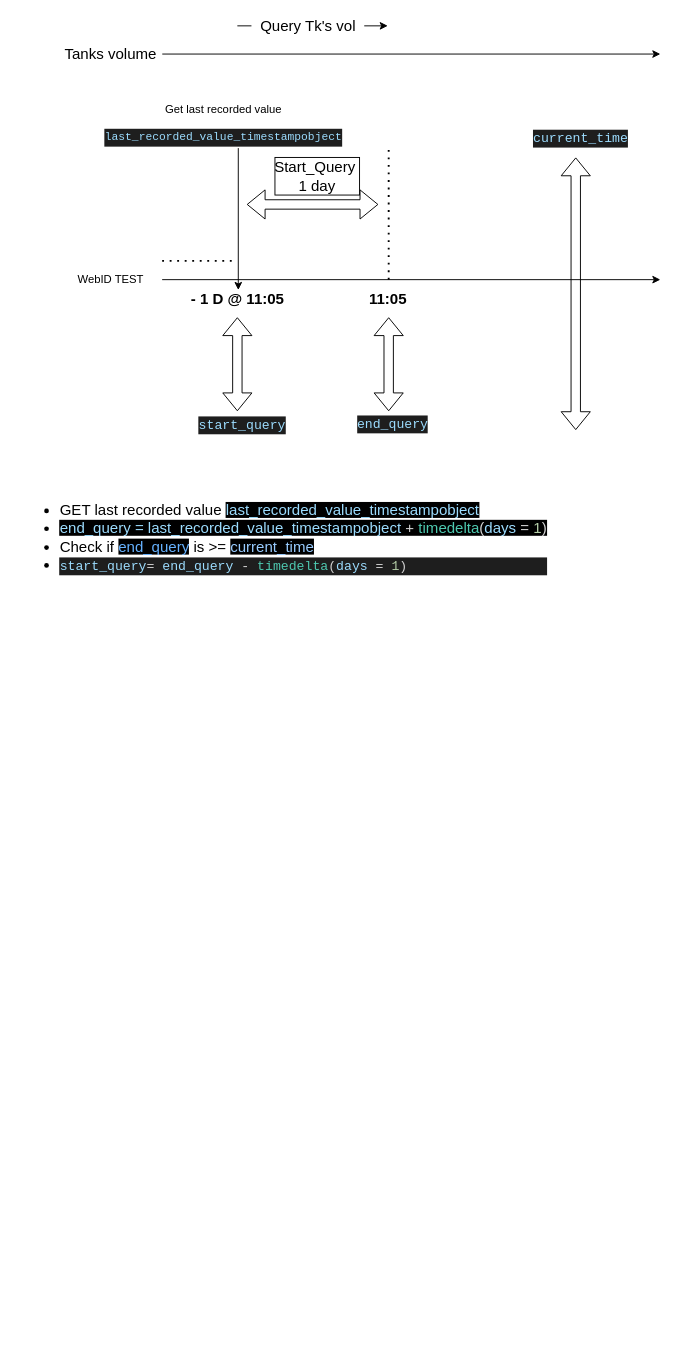
Above: page "Page-4" (3 of 5) of Untitled Diagram.drawio in Wkurylo/docker_kubernetes_diagrams (draw.io), before the change. Source tidied: cells renumbered, new cells numbered last; positions are measured from the earlier drawing's top-left corner, leaving out a move shared by most shapes. Both pictures are drawn from the tidied source at 94%, with x=0, y=0 at pixel (16, 16).
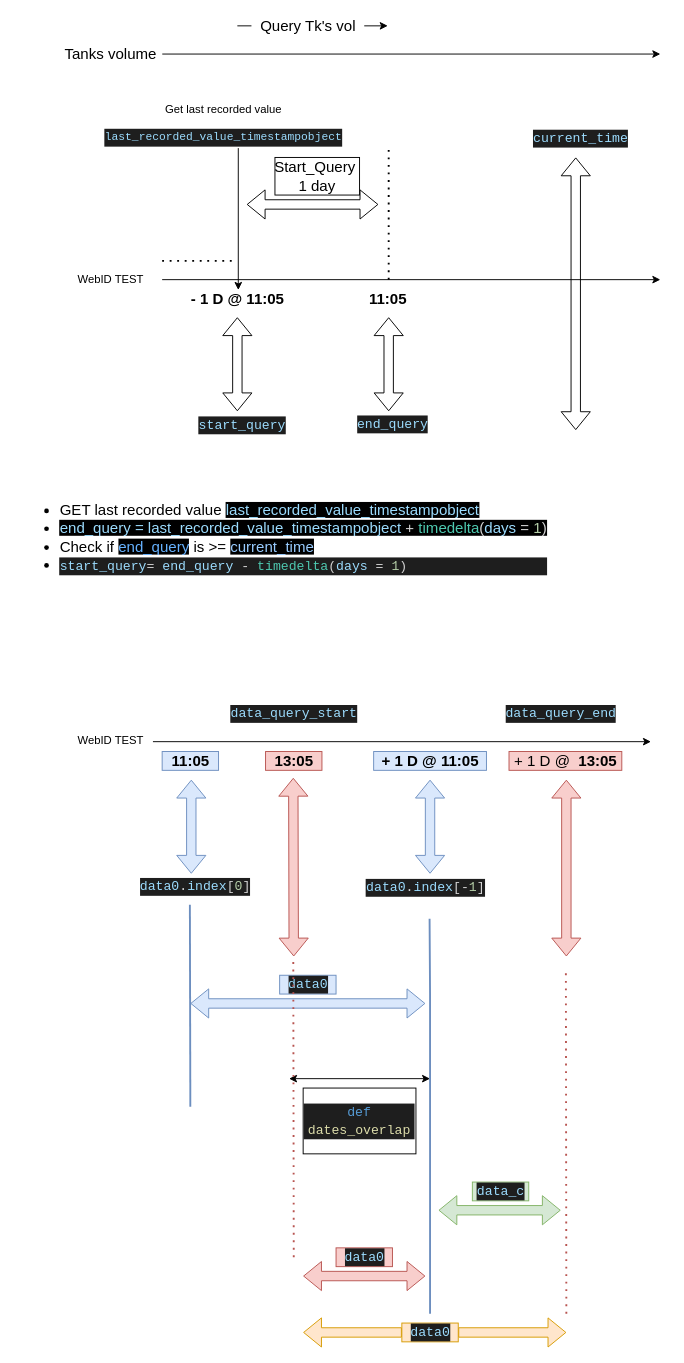
After the change.

What changed in the source:
```diff
@@
+    <mxCell id="24" style="endArrow=classic;html=1;rounded=0;" parent="1" edge="1">
+      <mxGeometry relative="1" as="geometry">
+        <mxPoint x="145" y="771.5" as="sourcePoint" />
+        <mxPoint x="675" y="771.5" as="targetPoint" />
+      </mxGeometry>
+    </mxCell>
+    <mxCell id="25" value="WebID TEST" style="text;html=1;align=center;verticalAlign=middle;strokeColor=none;fillColor=default;" parent="1" vertex="1">
+      <mxGeometry x="55" y="760" width="90" height="20" as="geometry" />
+    </mxCell>
+    <mxCell id="26" value="&lt;b&gt;&lt;font style=&quot;font-size: 16px&quot;&gt;+ 1 D @ 11:05&lt;/font&gt;&lt;/b&gt;" style="text;html=1;align=center;verticalAlign=middle;strokeColor=#6c8ebf;fillColor=#dae8fc;" parent="1" vertex="1">
+      <mxGeometry x="380" y="782" width="120" height="20" as="geometry" />
+    </mxCell>
+    <mxCell id="27" value="&#10;&#10;&lt;div style=&quot;color: rgb(212, 212, 212); background-color: rgb(30, 30, 30); font-family: &amp;quot;consolas&amp;quot;, &amp;quot;courier new&amp;quot;, monospace; font-weight: normal; font-size: 14px; line-height: 19px;&quot;&gt;&lt;div&gt;&lt;span style=&quot;color: #9cdcfe&quot;&gt;data0&lt;/span&gt;&lt;span style=&quot;color: #d4d4d4&quot;&gt;.&lt;/span&gt;&lt;span style=&quot;color: #9cdcfe&quot;&gt;index&lt;/span&gt;&lt;span style=&quot;color: #d4d4d4&quot;&gt;[-&lt;/span&gt;&lt;span style=&quot;color: #b5cea8&quot;&gt;1&lt;/span&gt;&lt;span style=&quot;color: #d4d4d4&quot;&gt;]&lt;/span&gt;&lt;/div&gt;&lt;/div&gt;&#10;&#10;" style="text;html=1;align=center;verticalAlign=middle;strokeColor=none;fillColor=default;" parent="1" vertex="1">
+      <mxGeometry x="365" y="887" width="140" height="80" as="geometry" />
+    </mxCell>
+    <mxCell id="28" value="&lt;div style=&quot;color: rgb(212 , 212 , 212) ; background-color: rgb(30 , 30 , 30) ; font-family: &amp;#34;consolas&amp;#34; , &amp;#34;courier new&amp;#34; , monospace ; font-weight: normal ; font-size: 14px ; line-height: 19px&quot;&gt;&lt;div&gt;&lt;span style=&quot;color: #9cdcfe&quot;&gt;data0&lt;/span&gt;&lt;/div&gt;&lt;/div&gt;" style="text;html=1;align=center;verticalAlign=middle;strokeColor=#6c8ebf;fillColor=#dae8fc;" parent="1" vertex="1">
+      <mxGeometry x="280" y="1020" width="60" height="20" as="geometry" />
+    </mxCell>
+    <mxCell id="29" style="shape=flexArrow;endArrow=classic;startArrow=classic;html=1;rounded=0;exitX=0.45;exitY=-0.25;exitDx=0;exitDy=0;exitPerimeter=0;fillColor=#dae8fc;strokeColor=#6c8ebf;" parent="1" edge="1">
+      <mxGeometry relative="1" as="geometry">
+        <mxPoint x="440" y="912" as="sourcePoint" />
+        <mxPoint x="440" y="812" as="targetPoint" />
+      </mxGeometry>
+    </mxCell>
+    <mxCell id="30" style="shape=flexArrow;endArrow=classic;startArrow=classic;html=1;rounded=0;fillColor=#f8cecc;strokeColor=#b85450;" parent="1" edge="1">
+      <mxGeometry relative="1" as="geometry">
+        <mxPoint x="585" y="1000" as="sourcePoint" />
+        <mxPoint x="585" y="812" as="targetPoint" />
+      </mxGeometry>
+    </mxCell>
+    <mxCell id="31" value="&lt;font style=&quot;font-size: 16px&quot;&gt;&lt;font style=&quot;font-size: 16px&quot;&gt;+ 1 D @&amp;nbsp; &lt;/font&gt;&lt;b&gt;13:05&lt;/b&gt;&lt;/font&gt;" style="text;html=1;align=center;verticalAlign=middle;strokeColor=#b85450;fillColor=#f8cecc;" parent="1" vertex="1">
+      <mxGeometry x="524" y="782" width="120" height="20" as="geometry" />
+    </mxCell>
+    <mxCell id="32" value="&#10;&#10;&lt;div style=&quot;color: rgb(212, 212, 212); background-color: rgb(30, 30, 30); font-family: &amp;quot;consolas&amp;quot;, &amp;quot;courier new&amp;quot;, monospace; font-weight: normal; font-size: 14px; line-height: 19px;&quot;&gt;&lt;div&gt;&lt;span style=&quot;color: #9cdcfe&quot;&gt;data0&lt;/span&gt;&lt;span style=&quot;color: #d4d4d4&quot;&gt;.&lt;/span&gt;&lt;span style=&quot;color: #9cdcfe&quot;&gt;index&lt;/span&gt;&lt;span style=&quot;color: #d4d4d4&quot;&gt;[&lt;/span&gt;&lt;span style=&quot;color: #b5cea8&quot;&gt;0&lt;/span&gt;&lt;span style=&quot;color: #d4d4d4&quot;&gt;]&lt;/span&gt;&lt;/div&gt;&lt;/div&gt;&#10;&#10;" style="text;html=1;align=center;verticalAlign=middle;strokeColor=none;fillColor=default;" parent="1" vertex="1">
+      <mxGeometry x="125" y="886" width="130" height="80" as="geometry" />
+    </mxCell>
+    <mxCell id="33" style="shape=flexArrow;endArrow=classic;startArrow=classic;html=1;rounded=0;exitX=0.45;exitY=-0.25;exitDx=0;exitDy=0;exitPerimeter=0;fillColor=#dae8fc;strokeColor=#6c8ebf;" parent="1" edge="1">
+      <mxGeometry relative="1" as="geometry">
+        <mxPoint x="186" y="912" as="sourcePoint" />
+        <mxPoint x="186" y="812" as="targetPoint" />
+      </mxGeometry>
+    </mxCell>
+    <mxCell id="34" value="&lt;b&gt;&lt;font style=&quot;font-size: 16px&quot;&gt;11:05&lt;/font&gt;&lt;/b&gt;" style="text;html=1;align=center;verticalAlign=middle;strokeColor=#6c8ebf;fillColor=#dae8fc;" parent="1" vertex="1">
+      <mxGeometry x="155" y="782" width="60" height="20" as="geometry" />
+    </mxCell>
+    <mxCell id="35" style="shape=flexArrow;endArrow=classic;startArrow=classic;html=1;rounded=0;fillColor=#dae8fc;strokeColor=#6c8ebf;" parent="1" edge="1">
+      <mxGeometry relative="1" as="geometry">
+        <mxPoint x="185" y="1050" as="sourcePoint" />
+        <mxPoint x="435" y="1050" as="targetPoint" />
+      </mxGeometry>
+    </mxCell>
+    <mxCell id="36" value="&lt;b&gt;&lt;font style=&quot;font-size: 16px&quot;&gt;13:05&lt;/font&gt;&lt;/b&gt;" style="text;html=1;align=center;verticalAlign=middle;strokeColor=#b85450;fillColor=#f8cecc;" parent="1" vertex="1">
+      <mxGeometry x="265" y="782" width="60" height="20" as="geometry" />
+    </mxCell>
+    <mxCell id="37" style="shape=flexArrow;endArrow=classic;startArrow=classic;html=1;rounded=0;fillColor=#f8cecc;strokeColor=#b85450;" parent="1" edge="1">
+      <mxGeometry relative="1" as="geometry">
+        <mxPoint x="295" y="1000" as="sourcePoint" />
+        <mxPoint x="294.5" y="810" as="targetPoint" />
+      </mxGeometry>
+    </mxCell>
+    <mxCell id="38" value="&lt;br&gt;&lt;br&gt;&lt;div style=&quot;color: rgb(212 , 212 , 212) ; background-color: rgb(30 , 30 , 30) ; font-family: &amp;#34;consolas&amp;#34; , &amp;#34;courier new&amp;#34; , monospace ; font-weight: normal ; font-size: 14px ; line-height: 19px&quot;&gt;&lt;div&gt;&lt;div style=&quot;color: rgb(212 , 212 , 212) ; background-color: rgb(30 , 30 , 30) ; font-family: &amp;#34;consolas&amp;#34; , &amp;#34;courier new&amp;#34; , monospace ; font-weight: normal ; font-size: 14px ; line-height: 19px&quot;&gt;&lt;div&gt;&lt;span style=&quot;color: #9cdcfe&quot;&gt;data_query_start&lt;/span&gt;&lt;/div&gt;&lt;/div&gt;&lt;/div&gt;&lt;/div&gt;&lt;br&gt;" style="text;html=1;align=center;verticalAlign=middle;strokeColor=none;fillColor=default;" parent="1" vertex="1">
+      <mxGeometry x="225" y="700" width="140" height="70" as="geometry" />
+    </mxCell>
+    <mxCell id="39" style="endArrow=classic;startArrow=classic;html=1;rounded=0;" parent="1" edge="1">
+      <mxGeometry relative="1" as="geometry">
+        <mxPoint x="290" y="1130" as="sourcePoint" />
+        <mxPoint x="440" y="1130" as="targetPoint" />
+      </mxGeometry>
+    </mxCell>
+    <mxCell id="40" value="&lt;div style=&quot;color: rgb(212 , 212 , 212) ; background-color: rgb(30 , 30 , 30) ; font-family: &amp;#34;consolas&amp;#34; , &amp;#34;courier new&amp;#34; , monospace ; font-weight: normal ; font-size: 14px ; line-height: 19px&quot;&gt;&lt;div&gt;&lt;span style=&quot;color: #569cd6&quot;&gt;def&lt;/span&gt;&lt;span style=&quot;color: #d4d4d4&quot;&gt; &lt;/span&gt;&lt;span style=&quot;color: #dcdcaa&quot;&gt;dates_overlap&lt;/span&gt;&lt;/div&gt;&lt;/div&gt;" style="rounded=0;whiteSpace=wrap;html=1;" parent="1" vertex="1">
+      <mxGeometry x="305" y="1140" width="120" height="70" as="geometry" />
+    </mxCell>
+    <mxCell id="41" style="endArrow=none;dashed=1;html=1;dashPattern=1 3;strokeWidth=2;rounded=0;fontSize=16;fillColor=#f8cecc;strokeColor=#b85450;" parent="1" edge="1">
+      <mxGeometry relative="1" as="geometry">
+        <mxPoint x="295" y="1320" as="sourcePoint" />
+        <mxPoint x="294.5" y="1002" as="targetPoint" />
+      </mxGeometry>
+    </mxCell>
+    <mxCell id="42" style="endArrow=none;html=1;strokeWidth=2;rounded=0;fontSize=16;fillColor=#dae8fc;strokeColor=#6c8ebf;" parent="1" edge="1">
+      <mxGeometry relative="1" as="geometry">
+        <mxPoint x="440" y="1380" as="sourcePoint" />
+        <mxPoint x="439.5" y="960" as="targetPoint" />
+        <Array as="points">
+          <mxPoint x="440" y="1040" />
+        </Array>
+      </mxGeometry>
+    </mxCell>
+    <mxCell id="43" value="&lt;div style=&quot;color: rgb(212 , 212 , 212) ; background-color: rgb(30 , 30 , 30) ; font-family: &amp;#34;consolas&amp;#34; , &amp;#34;courier new&amp;#34; , monospace ; font-weight: normal ; font-size: 14px ; line-height: 19px&quot;&gt;&lt;div&gt;&lt;span style=&quot;color: #9cdcfe&quot;&gt;data_c&lt;/span&gt;&lt;/div&gt;&lt;/div&gt;" style="text;html=1;align=center;verticalAlign=middle;strokeColor=#82b366;fillColor=#d5e8d4;" parent="1" vertex="1">
+      <mxGeometry x="485" y="1240" width="60" height="20" as="geometry" />
+    </mxCell>
+    <mxCell id="44" style="shape=flexArrow;endArrow=classic;startArrow=classic;html=1;rounded=0;fillColor=#d5e8d4;strokeColor=#82b366;" parent="1" edge="1">
+      <mxGeometry relative="1" as="geometry">
+        <mxPoint x="449" y="1270" as="sourcePoint" />
+        <mxPoint x="579" y="1270" as="targetPoint" />
+      </mxGeometry>
+    </mxCell>
+    <mxCell id="45" style="endArrow=none;dashed=1;html=1;dashPattern=1 3;strokeWidth=2;rounded=0;fontSize=16;fillColor=#f8cecc;strokeColor=#b85450;" parent="1" edge="1">
+      <mxGeometry relative="1" as="geometry">
+        <mxPoint x="585" y="1380" as="sourcePoint" />
+        <mxPoint x="584.5" y="1015" as="targetPoint" />
+      </mxGeometry>
+    </mxCell>
+    <mxCell id="46" style="endArrow=none;html=1;strokeWidth=2;rounded=0;fontSize=16;fillColor=#dae8fc;strokeColor=#6c8ebf;" parent="1" edge="1">
+      <mxGeometry relative="1" as="geometry">
+        <mxPoint x="185" y="1160" as="sourcePoint" />
+        <mxPoint x="184.5" y="945" as="targetPoint" />
+      </mxGeometry>
+    </mxCell>
+    <mxCell id="47" value="&lt;br&gt;&lt;br&gt;&lt;div style=&quot;color: rgb(212 , 212 , 212) ; background-color: rgb(30 , 30 , 30) ; font-family: &amp;#34;consolas&amp;#34; , &amp;#34;courier new&amp;#34; , monospace ; font-weight: normal ; font-size: 14px ; line-height: 19px&quot;&gt;&lt;div&gt;&lt;div style=&quot;color: rgb(212 , 212 , 212) ; background-color: rgb(30 , 30 , 30) ; font-family: &amp;#34;consolas&amp;#34; , &amp;#34;courier new&amp;#34; , monospace ; font-weight: normal ; font-size: 14px ; line-height: 19px&quot;&gt;&lt;div&gt;&lt;span style=&quot;color: #9cdcfe&quot;&gt;data_query_end&lt;/span&gt;&lt;/div&gt;&lt;/div&gt;&lt;/div&gt;&lt;/div&gt;&lt;br&gt;" style="text;html=1;align=center;verticalAlign=middle;points=[];strokeColor=none;fillColor=default;" parent="1" vertex="1">
+      <mxGeometry x="514" y="700" width="130" height="70" as="geometry" />
+    </mxCell>
+    <mxCell id="48" style="endArrow=none;dashed=1;html=1;dashPattern=1 3;strokeWidth=2;rounded=0;fontSize=16;fillColor=#f8cecc;strokeColor=#b85450;" parent="1" edge="1" target="47">
+      <mxGeometry relative="1" as="geometry">
+        <mxPoint x="584" y="770" as="sourcePoint" />
+      </mxGeometry>
+    </mxCell>
+    <mxCell id="49" style="shape=flexArrow;endArrow=classic;startArrow=classic;html=1;rounded=0;fillColor=#f8cecc;strokeColor=#b85450;" parent="1" edge="1">
+      <mxGeometry relative="1" as="geometry">
+        <mxPoint x="305" y="1340" as="sourcePoint" />
+        <mxPoint x="435" y="1340" as="targetPoint" />
+      </mxGeometry>
+    </mxCell>
+    <mxCell id="50" value="&lt;div style=&quot;color: rgb(212 , 212 , 212) ; background-color: rgb(30 , 30 , 30) ; font-family: &amp;#34;consolas&amp;#34; , &amp;#34;courier new&amp;#34; , monospace ; font-weight: normal ; font-size: 14px ; line-height: 19px&quot;&gt;&lt;div&gt;&lt;span style=&quot;color: #9cdcfe&quot;&gt;data0&lt;/span&gt;&lt;/div&gt;&lt;/div&gt;" style="text;html=1;align=center;verticalAlign=middle;strokeColor=#b85450;fillColor=#f8cecc;" parent="1" vertex="1">
+      <mxGeometry x="340" y="1310" width="60" height="20" as="geometry" />
+    </mxCell>
+    <mxCell id="51" style="shape=flexArrow;endArrow=classic;startArrow=none;html=1;rounded=0;fillColor=#ffe6cc;strokeColor=#d79b00;" parent="1" edge="1" source="52">
+      <mxGeometry relative="1" as="geometry">
+        <mxPoint x="585" y="1400" as="targetPoint" />
+      </mxGeometry>
+    </mxCell>
+    <mxCell id="52" value="&lt;div style=&quot;color: rgb(212 , 212 , 212) ; background-color: rgb(30 , 30 , 30) ; font-family: &amp;#34;consolas&amp;#34; , &amp;#34;courier new&amp;#34; , monospace ; font-weight: normal ; font-size: 14px ; line-height: 19px&quot;&gt;&lt;div&gt;&lt;span style=&quot;color: #9cdcfe&quot;&gt;data0&lt;/span&gt;&lt;/div&gt;&lt;/div&gt;" style="text;html=1;align=center;verticalAlign=middle;points=[];strokeColor=#d79b00;fillColor=#ffe6cc;" parent="1" vertex="1">
+      <mxGeometry x="410" y="1390" width="60" height="20" as="geometry" />
+    </mxCell>
+    <mxCell id="53" style="shape=flexArrow;endArrow=none;startArrow=classic;html=1;rounded=0;fillColor=#ffe6cc;strokeColor=#d79b00;" parent="1" edge="1" target="52">
+      <mxGeometry relative="1" as="geometry">
+        <mxPoint x="305" y="1400" as="sourcePoint" />
+      </mxGeometry>
+    </mxCell>
```
